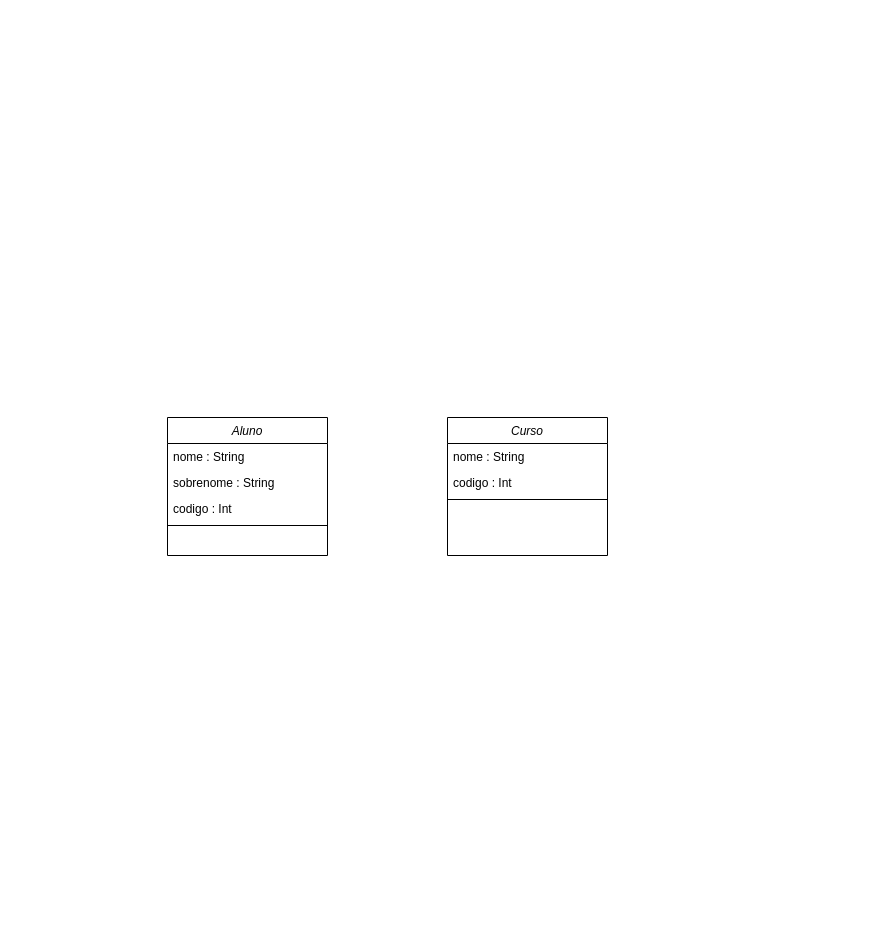
The draw.io diagram ProjetoKotlin.drawio in ldcsales/ProjetoKotlin, before the edit. Source tidied: cells renumbered, new cells numbered last; positions are measured from the earlier drawing's top-left corner, leaving out a move shared by most shapes. Both pictures are drawn from the tidied source at 100%, with x=0, y=0 at pixel (167, 417).
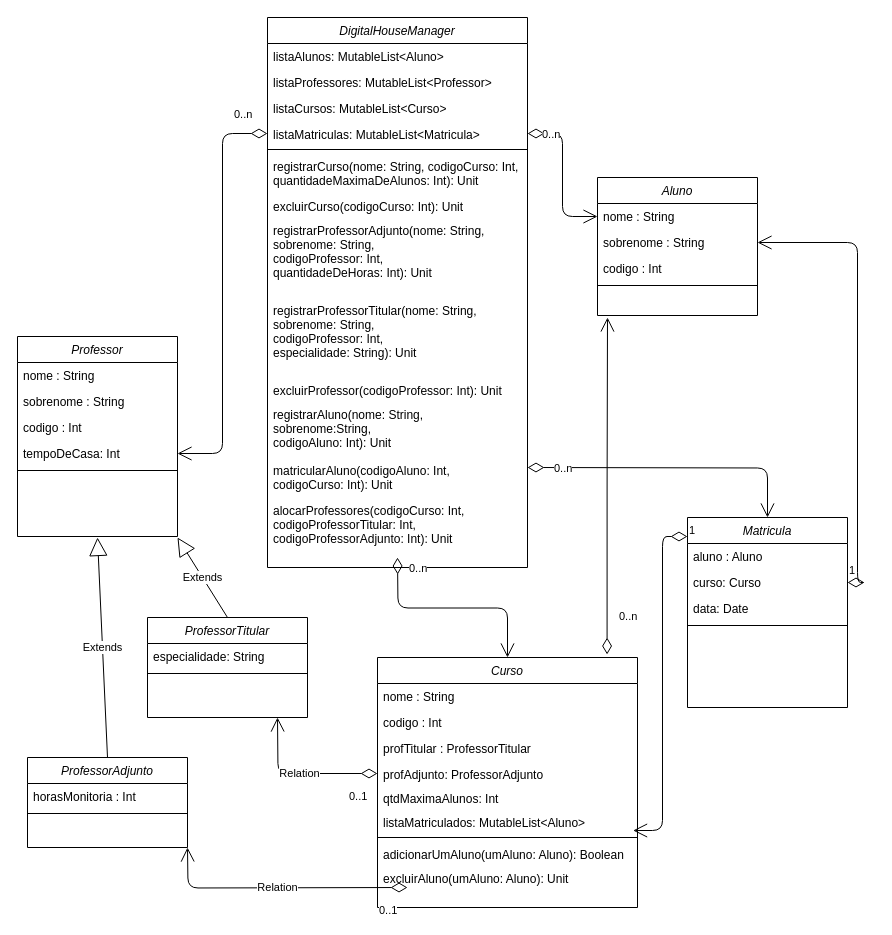
The same diagram, later.

Change to the diagram source:
```diff
@@
     <mxCell id="2" value="Curso" style="swimlane;fontStyle=2;align=center;verticalAlign=top;horizontal=1;startSize=26;rounded=0;shadow=0;strokeWidth=1;" parent="1" vertex="1">
-      <mxGeometry x="280" width="160" height="138" as="geometry" />
+      <mxGeometry x="210" y="240" width="260" height="250" as="geometry" />
     </mxCell>
     <mxCell id="3" value="nome : String" style="text;align=left;verticalAlign=top;spacingLeft=4;spacingRight=4;overflow=hidden;" parent="2" vertex="1">
-      <mxGeometry y="26" width="160" height="26" as="geometry" />
+      <mxGeometry y="26" width="260" height="26" as="geometry" />
     </mxCell>
     <mxCell id="4" value="codigo : Int&#10;" style="text;align=left;verticalAlign=top;spacingLeft=4;spacingRight=4;overflow=hidden;rounded=0;shadow=0;html=0;" parent="2" vertex="1">
-      <mxGeometry y="52" width="160" height="26" as="geometry" />
+      <mxGeometry y="52" width="260" height="26" as="geometry" />
     </mxCell>
+    <mxCell id="11" value="profTitular : ProfessorTitular&#10;" style="text;align=left;verticalAlign=top;spacingLeft=4;spacingRight=4;overflow=hidden;rounded=0;shadow=0;html=0;" parent="2" vertex="1">
+      <mxGeometry y="78" width="260" height="26" as="geometry" />
+    </mxCell>
+    <mxCell id="12" value="profAdjunto: ProfessorAdjunto&#10;&#10;" style="text;align=left;verticalAlign=top;spacingLeft=4;spacingRight=4;overflow=hidden;points=[[0,0.5],[1,0.5]];portConstraint=eastwest;rounded=0;shadow=0;html=0;" parent="2" vertex="1">
+      <mxGeometry y="104" width="260" height="24" as="geometry" />
+    </mxCell>
+    <mxCell id="13" value="qtdMaximaAlunos: Int&#10;&#10;" style="text;align=left;verticalAlign=top;spacingLeft=4;spacingRight=4;overflow=hidden;rounded=0;shadow=0;html=0;" parent="2" vertex="1">
+      <mxGeometry y="128" width="260" height="24" as="geometry" />
+    </mxCell>
+    <mxCell id="14" value="listaMatriculados: MutableList&lt;Aluno&gt;&#10;&#10;" style="text;align=left;verticalAlign=top;spacingLeft=4;spacingRight=4;overflow=hidden;rounded=0;shadow=0;html=0;" parent="2" vertex="1">
+      <mxGeometry y="152" width="260" height="24" as="geometry" />
+    </mxCell>
     <mxCell id="5" style="line;html=1;strokeWidth=1;align=left;verticalAlign=middle;spacingTop=-1;spacingLeft=3;spacingRight=3;labelPosition=right;points=[];portConstraint=eastwest;" parent="2" vertex="1">
-      <mxGeometry y="78" width="160" height="8" as="geometry" />
+      <mxGeometry y="176" width="260" height="8" as="geometry" />
     </mxCell>
+    <mxCell id="15" value="adicionarUmAluno(umAluno: Aluno): Boolean&#10;&#10;" style="text;align=left;verticalAlign=top;spacingLeft=4;spacingRight=4;overflow=hidden;rounded=0;shadow=0;html=0;" parent="2" vertex="1">
+      <mxGeometry y="184" width="260" height="24" as="geometry" />
+    </mxCell>
+    <mxCell id="16" value="excluirAluno(umAluno: Aluno): Unit&#10;&#10;" style="text;align=left;verticalAlign=top;spacingLeft=4;spacingRight=4;overflow=hidden;rounded=0;shadow=0;html=0;" parent="2" vertex="1">
+      <mxGeometry y="208" width="260" height="24" as="geometry" />
+    </mxCell>
-    <mxCell id="6" value="Aluno" style="swimlane;fontStyle=2;align=center;verticalAlign=top;horizontal=1;startSize=26;rounded=0;shadow=0;strokeWidth=1;" parent="1" vertex="1">
-      <mxGeometry width="160" height="138" as="geometry" />
+    <mxCell id="6" value="Professor" style="swimlane;fontStyle=2;align=center;verticalAlign=top;horizontal=1;startSize=26;rounded=0;shadow=0;strokeWidth=1;" parent="1" vertex="1">
+      <mxGeometry x="-150" y="-81" width="160" height="200" as="geometry" />
     </mxCell>
@@
+    <mxCell id="17" value="tempoDeCasa: Int&#10;" style="text;align=left;verticalAlign=top;spacingLeft=4;spacingRight=4;overflow=hidden;points=[[0,0.5],[1,0.5]];portConstraint=eastwest;rounded=0;shadow=0;html=0;" parent="6" vertex="1">
+      <mxGeometry y="104" width="160" height="26" as="geometry" />
+    </mxCell>
     <mxCell id="10" style="line;html=1;strokeWidth=1;align=left;verticalAlign=middle;spacingTop=-1;spacingLeft=3;spacingRight=3;labelPosition=right;" parent="6" vertex="1">
-      <mxGeometry y="104" width="160" height="8" as="geometry" />
+      <mxGeometry y="130" width="160" height="8" as="geometry" />
     </mxCell>
+    <mxCell id="18" value="Aluno" style="swimlane;fontStyle=2;align=center;verticalAlign=top;horizontal=1;startSize=26;rounded=0;shadow=0;strokeWidth=1;" parent="1" vertex="1">
+      <mxGeometry x="430" y="-240" width="160" height="138" as="geometry" />
+    </mxCell>
+    <mxCell id="19" value="nome : String" style="text;align=left;verticalAlign=top;spacingLeft=4;spacingRight=4;overflow=hidden;points=[[0,0.5],[1,0.5]];portConstraint=eastwest;" parent="18" vertex="1">
+      <mxGeometry y="26" width="160" height="26" as="geometry" />
+    </mxCell>
+    <mxCell id="20" value="sobrenome : String&#10;" style="text;align=left;verticalAlign=top;spacingLeft=4;spacingRight=4;overflow=hidden;points=[[0,0.5],[1,0.5]];portConstraint=eastwest;rounded=0;shadow=0;html=0;" parent="18" vertex="1">
+      <mxGeometry y="52" width="160" height="26" as="geometry" />
+    </mxCell>
+    <mxCell id="21" value="codigo : Int&#10;" style="text;align=left;verticalAlign=top;spacingLeft=4;spacingRight=4;overflow=hidden;rounded=0;shadow=0;html=0;" parent="18" vertex="1">
+      <mxGeometry y="78" width="160" height="26" as="geometry" />
+    </mxCell>
+    <mxCell id="22" style="line;html=1;strokeWidth=1;align=left;verticalAlign=middle;spacingTop=-1;spacingLeft=3;spacingRight=3;labelPosition=right;" parent="18" vertex="1">
+      <mxGeometry y="104" width="160" height="8" as="geometry" />
+    </mxCell>
+    <mxCell id="23" value="ProfessorTitular" style="swimlane;fontStyle=2;align=center;verticalAlign=top;horizontal=1;startSize=26;rounded=0;shadow=0;strokeWidth=1;" parent="1" vertex="1">
+      <mxGeometry x="-20" y="200" width="160" height="100" as="geometry" />
+    </mxCell>
+    <mxCell id="24" value="especialidade: String" style="text;align=left;verticalAlign=top;spacingLeft=4;spacingRight=4;overflow=hidden;" parent="23" vertex="1">
+      <mxGeometry y="26" width="160" height="26" as="geometry" />
+    </mxCell>
+    <mxCell id="25" style="line;html=1;strokeWidth=1;align=left;verticalAlign=middle;spacingTop=-1;spacingLeft=3;spacingRight=3;labelPosition=right;" parent="23" vertex="1">
+      <mxGeometry y="52" width="160" height="8" as="geometry" />
+    </mxCell>
+    <mxCell id="26" value="ProfessorAdjunto" style="swimlane;fontStyle=2;align=center;verticalAlign=top;horizontal=1;startSize=26;rounded=0;shadow=0;strokeWidth=1;" parent="1" vertex="1">
+      <mxGeometry x="-140" y="340" width="160" height="90" as="geometry" />
+    </mxCell>
+    <mxCell id="27" value="horasMonitoria : Int&#10;" style="text;align=left;verticalAlign=top;spacingLeft=4;spacingRight=4;overflow=hidden;rounded=0;shadow=0;html=0;" parent="26" vertex="1">
+      <mxGeometry y="26" width="160" height="26" as="geometry" />
+    </mxCell>
+    <mxCell id="28" style="line;html=1;strokeWidth=1;align=left;verticalAlign=middle;spacingTop=-1;spacingLeft=3;spacingRight=3;labelPosition=right;" parent="26" vertex="1">
+      <mxGeometry y="52" width="160" height="8" as="geometry" />
+    </mxCell>
+    <mxCell id="29" value="Extends" style="endArrow=block;endSize=16;endFill=0;html=1;exitX=0.5;exitY=0;exitDx=0;exitDy=0;" parent="1" edge="1" source="26">
+      <mxGeometry relative="1" as="geometry">
+        <mxPoint x="-70" y="120" as="targetPoint" />
+      </mxGeometry>
+    </mxCell>
+    <mxCell id="30" value="Extends" style="endArrow=block;endSize=16;endFill=0;html=1;exitX=0.5;exitY=0;exitDx=0;exitDy=0;" parent="1" edge="1" source="23">
+      <mxGeometry relative="1" as="geometry">
+        <mxPoint x="10" y="120" as="targetPoint" />
+      </mxGeometry>
+    </mxCell>
+    <mxCell id="31" value="0..n" style="endArrow=open;html=1;endSize=12;startArrow=diamondThin;startSize=14;startFill=0;edgeStyle=orthogonalEdgeStyle;align=left;verticalAlign=bottom;exitX=0.883;exitY=-0.012;exitDx=0;exitDy=0;exitPerimeter=0;" parent="1" edge="1" source="2">
+      <mxGeometry x="-0.83" y="-10" relative="1" as="geometry">
+        <mxPoint x="440" y="-100" as="targetPoint" />
+      </mxGeometry>
+    </mxCell>
+    <mxCell id="32" value="Relation" style="endArrow=open;html=1;endSize=12;startArrow=diamondThin;startSize=14;startFill=0;edgeStyle=orthogonalEdgeStyle;exitX=0;exitY=0.5;exitDx=0;exitDy=0;" parent="1" edge="1" source="12">
+      <mxGeometry relative="1" as="geometry">
+        <mxPoint x="110" y="300" as="targetPoint" />
+      </mxGeometry>
+    </mxCell>
+    <mxCell id="33" value="0..1" style="edgeLabel;html=1;align=left;verticalAlign=top;" parent="32" vertex="1">
+      <mxGeometry x="-1" relative="1" as="geometry">
+        <mxPoint x="-30" y="10" as="offset" />
+      </mxGeometry>
+    </mxCell>
+    <mxCell id="34" value="Relation" style="endArrow=open;html=1;endSize=12;startArrow=diamondThin;startSize=14;startFill=0;edgeStyle=orthogonalEdgeStyle;" parent="1" edge="1">
+      <mxGeometry relative="1" as="geometry">
+        <mxPoint x="240" y="470" as="sourcePoint" />
+        <mxPoint x="20" y="430" as="targetPoint" />
+      </mxGeometry>
+    </mxCell>
+    <mxCell id="35" value="0..1" style="edgeLabel;html=1;align=left;verticalAlign=top;" parent="34" vertex="1">
+      <mxGeometry x="-1" relative="1" as="geometry">
+        <mxPoint x="-30" y="10" as="offset" />
+      </mxGeometry>
+    </mxCell>
+    <mxCell id="36" value="Matricula" style="swimlane;fontStyle=2;align=center;verticalAlign=top;horizontal=1;startSize=26;rounded=0;shadow=0;strokeWidth=1;" parent="1" vertex="1">
+      <mxGeometry x="520" y="100" width="160" height="190" as="geometry" />
+    </mxCell>
+    <mxCell id="37" value="aluno : Aluno" style="text;align=left;verticalAlign=top;spacingLeft=4;spacingRight=4;overflow=hidden;" parent="36" vertex="1">
+      <mxGeometry y="26" width="160" height="26" as="geometry" />
+    </mxCell>
+    <mxCell id="38" value="curso: Curso&#10;" style="text;align=left;verticalAlign=top;spacingLeft=4;spacingRight=4;overflow=hidden;points=[[0,0.5],[1,0.5]];portConstraint=eastwest;rounded=0;shadow=0;html=0;" parent="36" vertex="1">
+      <mxGeometry y="52" width="160" height="26" as="geometry" />
+    </mxCell>
+    <mxCell id="39" value="data: Date" style="text;align=left;verticalAlign=top;spacingLeft=4;spacingRight=4;overflow=hidden;rounded=0;shadow=0;html=0;" parent="36" vertex="1">
+      <mxGeometry y="78" width="160" height="26" as="geometry" />
+    </mxCell>
+    <mxCell id="40" style="line;html=1;strokeWidth=1;align=left;verticalAlign=middle;spacingTop=-1;spacingLeft=3;spacingRight=3;labelPosition=right;" parent="36" vertex="1">
+      <mxGeometry y="104" width="160" height="8" as="geometry" />
+    </mxCell>
+    <mxCell id="41" value="1" style="endArrow=open;html=1;endSize=12;startArrow=diamondThin;startSize=14;startFill=0;edgeStyle=orthogonalEdgeStyle;align=left;verticalAlign=bottom;entryX=1;entryY=0.5;entryDx=0;entryDy=0;exitX=1;exitY=0.5;exitDx=0;exitDy=0;" parent="1" edge="1" source="38" target="20">
+      <mxGeometry x="-1" y="3" relative="1" as="geometry" />
+    </mxCell>
+    <mxCell id="42" value="1" style="endArrow=open;html=1;endSize=12;startArrow=diamondThin;startSize=14;startFill=0;edgeStyle=orthogonalEdgeStyle;align=left;verticalAlign=bottom;entryX=0.983;entryY=-0.375;entryDx=0;entryDy=0;entryPerimeter=0;exitX=0;exitY=0.1;exitDx=0;exitDy=0;exitPerimeter=0;" parent="1" edge="1" source="36" target="5">
+      <mxGeometry x="-1" y="3" relative="1" as="geometry" />
+    </mxCell>
+    <mxCell id="43" value="DigitalHouseManager" style="swimlane;fontStyle=2;align=center;verticalAlign=top;horizontal=1;startSize=26;rounded=0;shadow=0;strokeWidth=1;" parent="1" vertex="1">
+      <mxGeometry x="100" y="-400" width="260" height="550" as="geometry" />
+    </mxCell>
+    <mxCell id="44" value="listaAlunos: MutableList&lt;Aluno&gt;" style="text;align=left;verticalAlign=top;spacingLeft=4;spacingRight=4;overflow=hidden;" parent="43" vertex="1">
+      <mxGeometry y="26" width="260" height="26" as="geometry" />
+    </mxCell>
+    <mxCell id="45" value="listaProfessores: MutableList&lt;Professor&gt;&#10;&#10;" style="text;align=left;verticalAlign=top;spacingLeft=4;spacingRight=4;overflow=hidden;rounded=0;shadow=0;html=0;" parent="43" vertex="1">
+      <mxGeometry y="52" width="260" height="26" as="geometry" />
+    </mxCell>
+    <mxCell id="46" value="listaCursos: MutableList&lt;Curso&gt;&#10;" style="text;align=left;verticalAlign=top;spacingLeft=4;spacingRight=4;overflow=hidden;rounded=0;shadow=0;html=0;" parent="43" vertex="1">
+      <mxGeometry y="78" width="260" height="26" as="geometry" />
+    </mxCell>
+    <mxCell id="47" value="listaMatriculas: MutableList&lt;Matricula&gt;&#10;&#10;" style="text;align=left;verticalAlign=top;spacingLeft=4;spacingRight=4;overflow=hidden;points=[[0,0.5],[1,0.5]];portConstraint=eastwest;rounded=0;shadow=0;html=0;" parent="43" vertex="1">
+      <mxGeometry y="104" width="260" height="24" as="geometry" />
+    </mxCell>
+    <mxCell id="48" style="line;html=1;strokeWidth=1;align=left;verticalAlign=middle;spacingTop=-1;spacingLeft=3;spacingRight=3;labelPosition=right;" parent="43" vertex="1">
+      <mxGeometry y="128" width="260" height="8" as="geometry" />
+    </mxCell>
+    <mxCell id="49" value="registrarCurso(nome: String, codigoCurso: Int,&#10;quantidadeMaximaDeAlunos: Int): Unit" style="text;align=left;verticalAlign=top;spacingLeft=4;spacingRight=4;overflow=hidden;rounded=0;shadow=0;html=0;" parent="43" vertex="1">
+      <mxGeometry y="136" width="260" height="40" as="geometry" />
+    </mxCell>
+    <mxCell id="50" value="excluirCurso(codigoCurso: Int): Unit&#10;&#10;" style="text;align=left;verticalAlign=top;spacingLeft=4;spacingRight=4;overflow=hidden;rounded=0;shadow=0;html=0;" parent="43" vertex="1">
+      <mxGeometry y="176" width="260" height="24" as="geometry" />
+    </mxCell>
+    <mxCell id="51" value="registrarProfessorAdjunto(nome: String,&#10;sobrenome: String,&#10;codigoProfessor: Int, &#10;quantidadeDeHoras: Int): Unit&#10;" style="text;align=left;verticalAlign=top;spacingLeft=4;spacingRight=4;overflow=hidden;rounded=0;shadow=0;html=0;" parent="43" vertex="1">
+      <mxGeometry y="200" width="260" height="80" as="geometry" />
+    </mxCell>
+    <mxCell id="52" value="registrarProfessorTitular(nome: String,&#10;sobrenome: String,&#10;codigoProfessor: Int, &#10;especialidade: String): Unit&#10;" style="text;align=left;verticalAlign=top;spacingLeft=4;spacingRight=4;overflow=hidden;rounded=0;shadow=0;html=0;" parent="43" vertex="1">
+      <mxGeometry y="280" width="260" height="80" as="geometry" />
+    </mxCell>
+    <mxCell id="53" value="excluirProfessor(codigoProfessor: Int): Unit&#10;&#10;" style="text;align=left;verticalAlign=top;spacingLeft=4;spacingRight=4;overflow=hidden;rounded=0;shadow=0;html=0;" parent="43" vertex="1">
+      <mxGeometry y="360" width="260" height="24" as="geometry" />
+    </mxCell>
+    <mxCell id="54" value="registrarAluno(nome: String, &#10;sobrenome:String,&#10;codigoAluno: Int): Unit&#10;&#10;" style="text;align=left;verticalAlign=top;spacingLeft=4;spacingRight=4;overflow=hidden;rounded=0;shadow=0;html=0;" parent="43" vertex="1">
+      <mxGeometry y="384" width="260" height="56" as="geometry" />
+    </mxCell>
+    <mxCell id="55" value="matricularAluno(codigoAluno: Int,&#10;codigoCurso: Int): Unit&#10;&#10;" style="text;align=left;verticalAlign=top;spacingLeft=4;spacingRight=4;overflow=hidden;rounded=0;shadow=0;html=0;" parent="43" vertex="1">
+      <mxGeometry y="440" width="260" height="40" as="geometry" />
+    </mxCell>
+    <mxCell id="56" value="alocarProfessores(codigoCurso: Int,&#10;codigoProfessorTitular: Int,&#10;codigoProfessorAdjunto: Int): Unit&#10;&#10;" style="text;align=left;verticalAlign=top;spacingLeft=4;spacingRight=4;overflow=hidden;rounded=0;shadow=0;html=0;" parent="43" vertex="1">
+      <mxGeometry y="480" width="260" height="50" as="geometry" />
+    </mxCell>
+    <mxCell id="57" value="0..n" style="endArrow=open;html=1;endSize=12;startArrow=diamondThin;startSize=14;startFill=0;edgeStyle=orthogonalEdgeStyle;align=left;verticalAlign=bottom;entryX=0;entryY=0.5;entryDx=0;entryDy=0;exitX=1;exitY=0.5;exitDx=0;exitDy=0;" parent="1" edge="1" source="47" target="19">
+      <mxGeometry x="-0.83" y="-10" relative="1" as="geometry" />
+    </mxCell>
+    <mxCell id="58" value="0..n" style="endArrow=open;html=1;endSize=12;startArrow=diamondThin;startSize=14;startFill=0;edgeStyle=orthogonalEdgeStyle;align=left;verticalAlign=bottom;" parent="1" edge="1" target="36">
+      <mxGeometry x="-0.83" y="-10" relative="1" as="geometry">
+        <mxPoint x="360" y="50" as="sourcePoint" />
+      </mxGeometry>
+    </mxCell>
+    <mxCell id="59" value="0..n" style="endArrow=open;html=1;endSize=12;startArrow=diamondThin;startSize=14;startFill=0;edgeStyle=orthogonalEdgeStyle;align=left;verticalAlign=bottom;entryX=0.5;entryY=0;entryDx=0;entryDy=0;" parent="1" edge="1" target="2">
+      <mxGeometry x="-0.81" y="10" relative="1" as="geometry">
+        <mxPoint x="230" y="140" as="sourcePoint" />
+      </mxGeometry>
+    </mxCell>
+    <mxCell id="60" value="0..n" style="endArrow=open;html=1;endSize=12;startArrow=diamondThin;startSize=14;startFill=0;edgeStyle=orthogonalEdgeStyle;align=left;verticalAlign=bottom;exitX=0;exitY=0.5;exitDx=0;exitDy=0;entryX=1;entryY=0.5;entryDx=0;entryDy=0;" parent="1" edge="1" source="47" target="17">
+      <mxGeometry x="-0.83" y="-10" relative="1" as="geometry" />
+    </mxCell>
```
